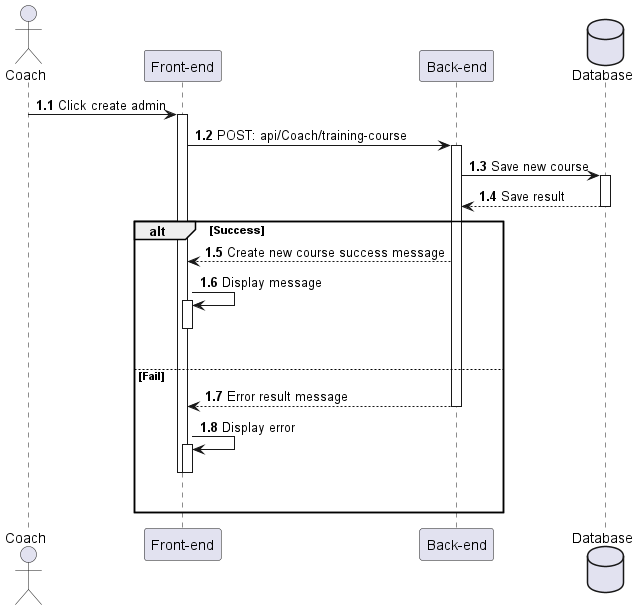
Before: out/Sequences_diagrams/CreateCourse/CreateCourse.png, a diagram exported from PlantUML (HTPhong-276/iCoaching-Diagrams). Its diagram source:
```plantuml
@startuml CreateCourse
actor Coach as user
participant "Front-end" as client
participant "Back-end" as server
database "Database" as db

autonumber 1.1 "<b>0:"

user -> client++ : Click create admin
client -> server++ : POST: api/Coach/training-course
server -> db++ : Save new course
db --> server : Save result
deactivate db

alt Success
    server --> client : Create new course success message
    client -> client++ : Display message
    deactivate client
    |||
else Fail
    server --> client : Error result message
    deactivate server
    client -> client++ : Display error
    deactivate client
    deactivate client
    |||
end
@enduml
```
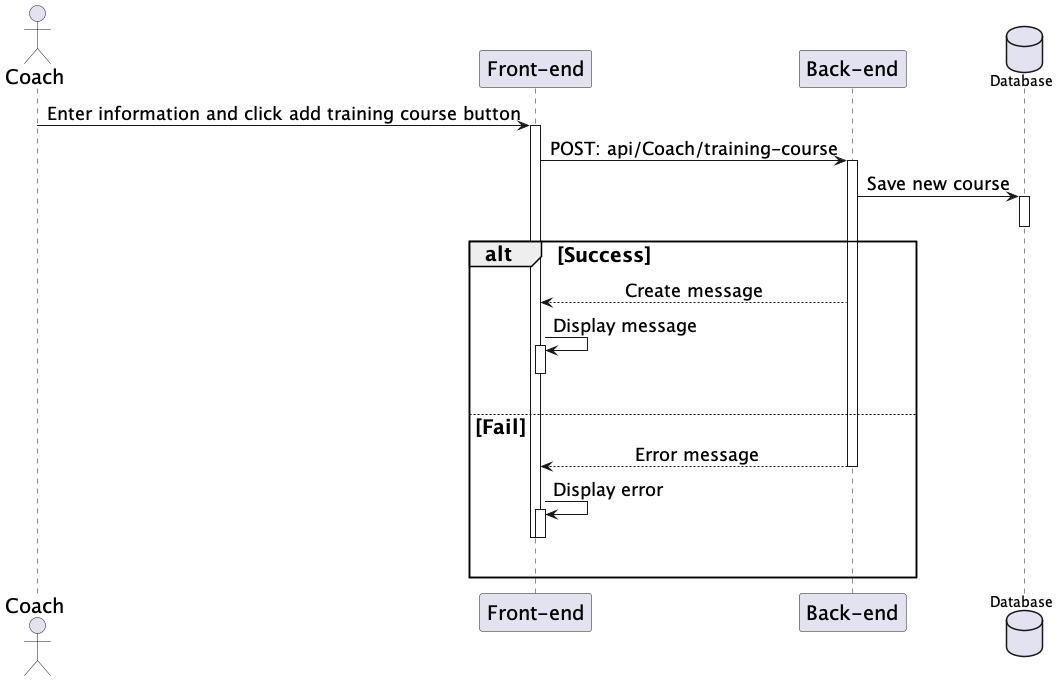
Later version of the same file.

The edit, as a diff of the source:
```diff
@@ -1,24 +1,31 @@
 @startuml CreateCourse
+skinparam sequenceMessageAlign center
+skinparam sequenceGroupFontSize 20
+skinparam sequenceGroupHeaderFontSize 20
+skinparam sequence {
+    ParticipantFontSize 20
+    ActorFontSize 20
+    DatabaseFontSize 20
+    ArrowFontSize 18
+}
 actor Coach as user
 participant "Front-end" as client
 participant "Back-end" as server
 database "Database" as db
 
-autonumber 1.1 "<b>0:"
 
-user -> client++ : Click create admin
+user -> client++ :Enter information and click add training course button
 client -> server++ : POST: api/Coach/training-course
 server -> db++ : Save new course
-db --> server : Save result
 deactivate db
 
 alt Success
-    server --> client : Create new course success message
+    server --> client : Create message
     client -> client++ : Display message
     deactivate client
     |||
 else Fail
-    server --> client : Error result message
+    server --> client : Error message
     deactivate server
     client -> client++ : Display error
     deactivate client
```
